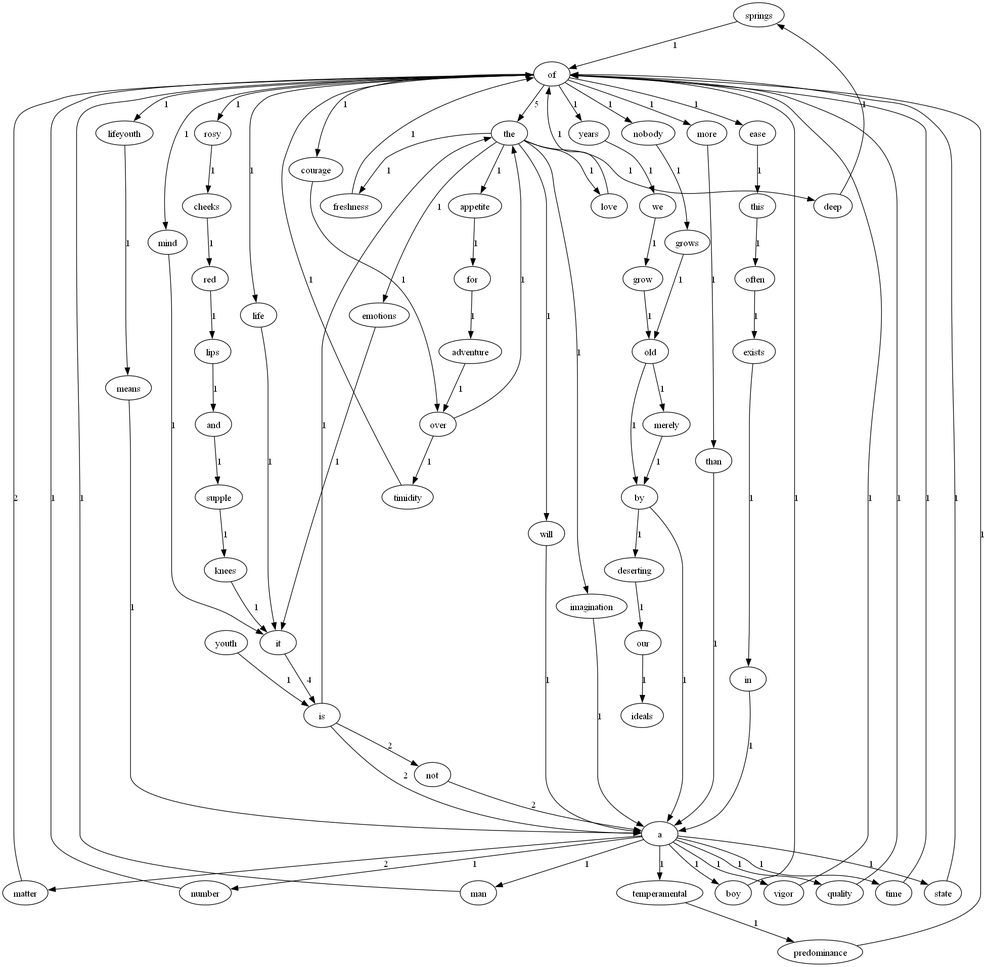
The Graphviz diagram SoftProject/graph.png in FlyingGoose12138/Lab1-2021113317, before a commit. Its source is kept beside it as SoftProject/graph.dot. Source of this version:
```dot
digraph G {
  ;
   -> in [label="1"];
  no;
  no -> one [label="1"];
  worlds;
  worlds -> as [label="1"];
  challenges;
  challenges -> and [label="1"];
  before;
  before -> each [label="1"];
  their;
  their -> place [label="1"];
  had;
  had -> gone [label="1"];
  unknown;
  unknown -> territories [label="1"];
  into;
  into -> unknown [label="1"];
  and;
  and -> new [label="1"];
  and -> discovering [label="1"];
  and -> wonders [label="1"];
  and -> their [label="1"];
  of;
  of -> the [label="1"];
  where;
  where -> no [label="1"];
  boldly;
  boldly -> going [label="1"];
  place;
  place -> within [label="1"];
  civilizations;
  civilizations -> and [label="1"];
  galaxy;
  galaxy -> explorers [label="1"];
  they;
  they -> encountered [label="1"];
  they -> sought [label="1"];
  ventured;
  ventured -> into [label="1"];
  new;
  new -> worlds [label="1"];
  new -> civilizations [label="1"];
  new -> opportunities [label="1"];
  discovering;
  discovering -> strange [label="1"];
  journey;
  journey -> revealed [label="1"];
  in;
  in -> the [label="1"];
  going;
  going -> where [label="1"];
  within;
  within -> it [label="1"];
  one;
  one -> had [label="1"];
  understand;
  understand -> the [label="1"];
  mysteries;
  mysteries -> and [label="1"];
  cosmos;
  cosmos -> and [label="1"];
  seeking;
  seeking -> new [label="1"];
  secrets;
  secrets -> ancient [label="1"];
  ancient;
  ancient -> mysteries [label="1"];
  opportunities;
  opportunities -> as [label="1"];
  expanse;
  expanse -> of [label="1"];
  each;
  each -> journey [label="1"];
  gone;
  gone -> before [label="1"];
  the;
  the -> vast [label="1"];
  the -> cosmos [label="1"];
  the -> galaxy [label="1"];
  encountered;
  encountered -> to [label="1"];
  as;
  as -> galaxy [label="1"];
  as -> they [label="1"];
  explorers;
  explorers -> they [label="1"];
  explorers -> ventured [label="1"];
  vast;
  vast -> expanse [label="1"];
  to;
  to -> challenges [label="1"];
  to -> understand [label="1"];
}
```
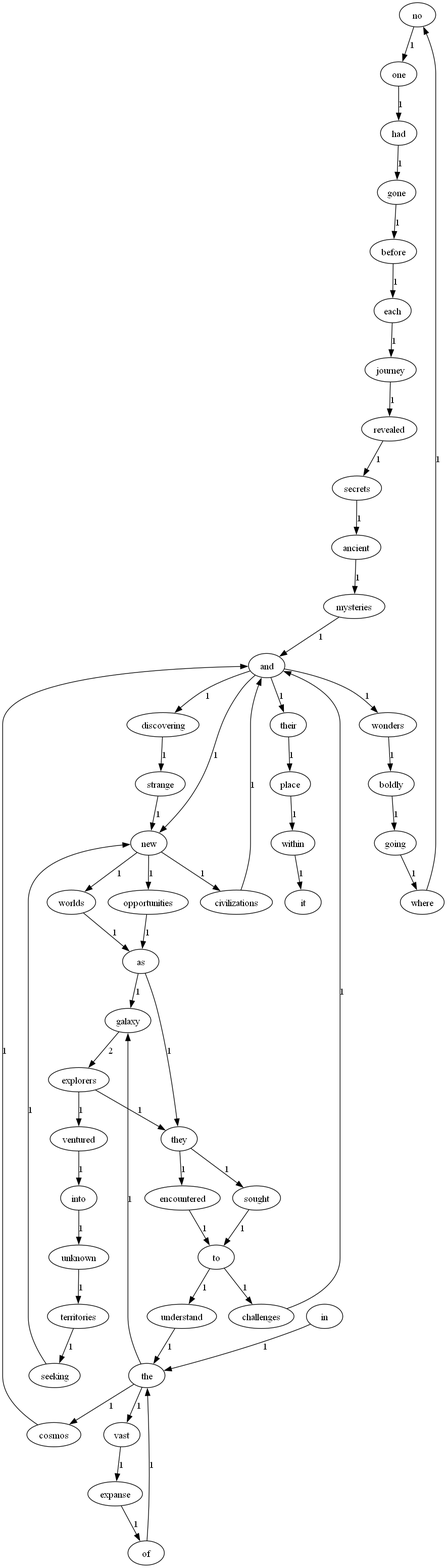
After the commit.

Change to the diagram source:
```diff
@@ -1,6 +1,4 @@
 digraph G {
-  ;
-   -> in [label="1"];
   no;
   no -> one [label="1"];
   worlds;
@@ -24,16 +22,18 @@
   and -> their [label="1"];
   of;
   of -> the [label="1"];
+  revealed;
+  revealed -> secrets [label="1"];
   where;
   where -> no [label="1"];
   boldly;
   boldly -> going [label="1"];
   place;
   place -> within [label="1"];
+  galaxy;
+  galaxy -> explorers [label="2"];
   civilizations;
   civilizations -> and [label="1"];
-  galaxy;
-  galaxy -> explorers [label="1"];
   they;
   they -> encountered [label="1"];
   they -> sought [label="1"];
@@ -59,6 +59,8 @@
   understand -> the [label="1"];
   mysteries;
   mysteries -> and [label="1"];
+  sought;
+  sought -> to [label="1"];
   cosmos;
   cosmos -> and [label="1"];
   seeking;
@@ -71,6 +73,8 @@
   opportunities -> as [label="1"];
   expanse;
   expanse -> of [label="1"];
+  strange;
+  strange -> new [label="1"];
   each;
   each -> journey [label="1"];
   gone;
@@ -84,6 +88,10 @@
   as;
   as -> galaxy [label="1"];
   as -> they [label="1"];
+  territories;
+  territories -> seeking [label="1"];
+  wonders;
+  wonders -> boldly [label="1"];
   explorers;
   explorers -> they [label="1"];
   explorers -> ventured [label="1"];
```
